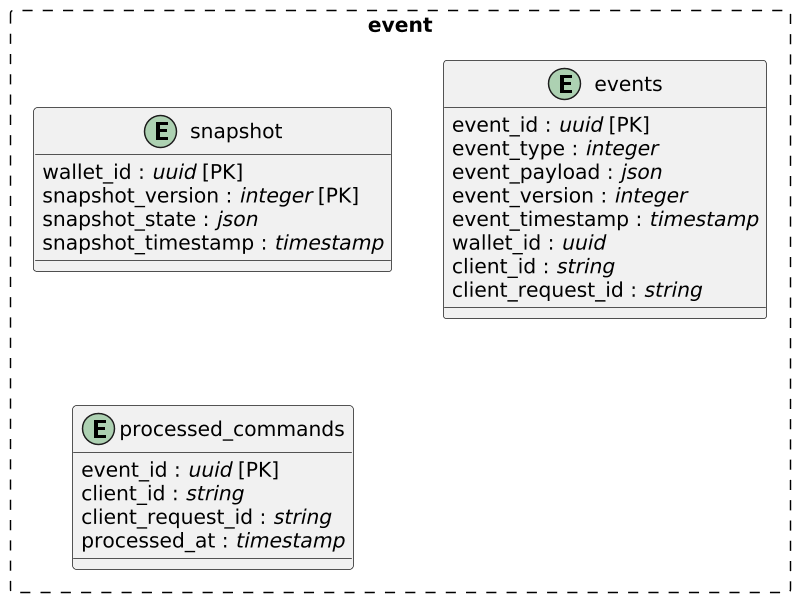
raj-mistry-01/Event-Driven-Ledger keeps this PlantUML diagram as software-docs/entity model/event_db.png. Above is the earlier version.
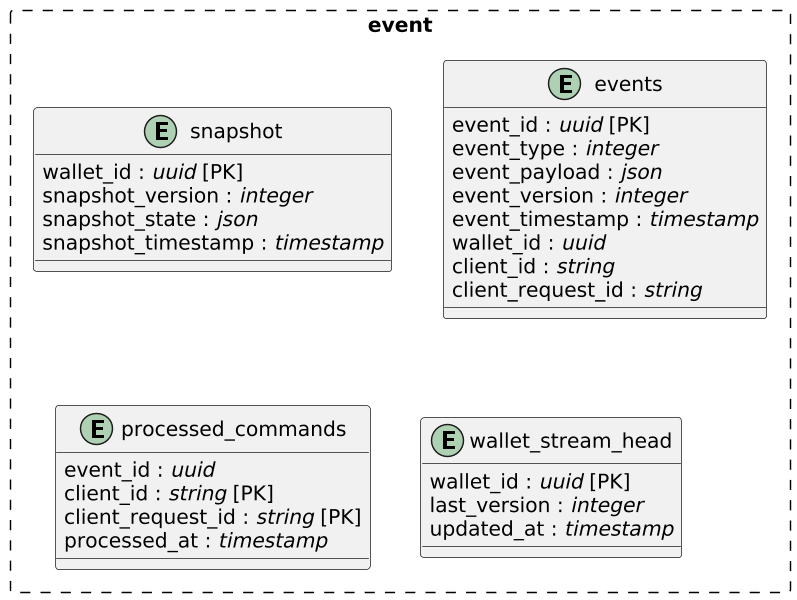
After the change.

Commit message:
Added the postgresql ddl files and entity diagrams for the same

Diff of the diagram source:
```diff
@@ -7,7 +7,7 @@
 package event #line.dashed{
 entity snapshot {
   wallet_id : //uuid// [PK]
-  snapshot_version : //integer// [PK]
+  snapshot_version : //integer//
   snapshot_state : //json//
   snapshot_timestamp : //timestamp//
 }
@@ -24,10 +24,17 @@
 }
 
 entity processed_commands {
-  event_id : //uuid// [PK]
-  client_id : //string//
-  client_request_id : //string//
+  event_id : //uuid//
+  client_id : //string// [PK]
+  client_request_id : //string// [PK]
   processed_at : //timestamp//
 }
+
+entity wallet_stream_head {
+  wallet_id : //uuid// [PK]
+  last_version : //integer//
+  updated_at : //timestamp//
+}
+
 }
 @enduml
```
